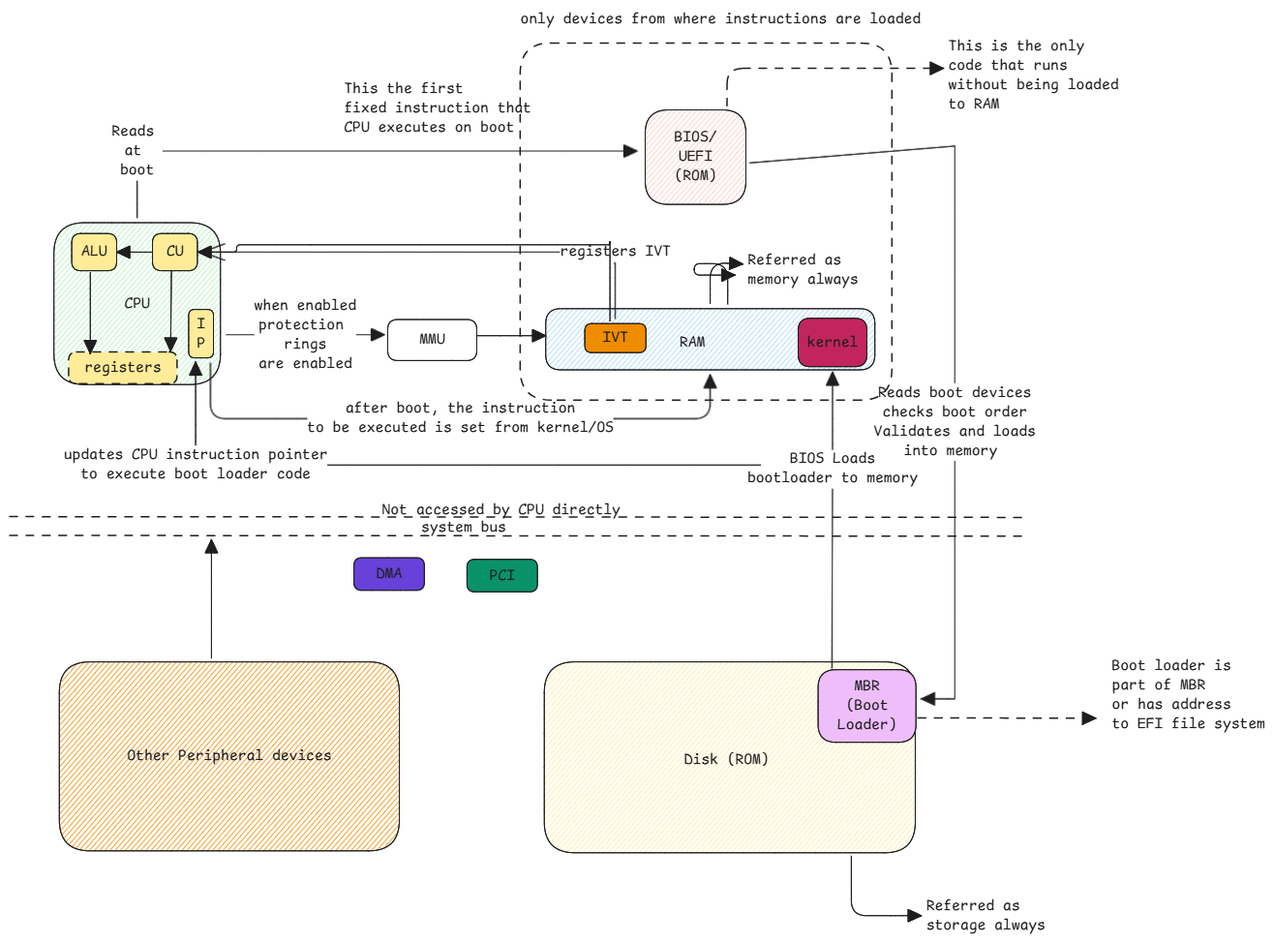
Before: static/img/cpu-bootload-process.excalidraw.png, a diagram exported from Excalidraw (swaroopar/inprogress-engineer). Source tidied: one line per element, renumbered; positions are measured from the earlier drawing's top-left corner, leaving out a move shared by most shapes.
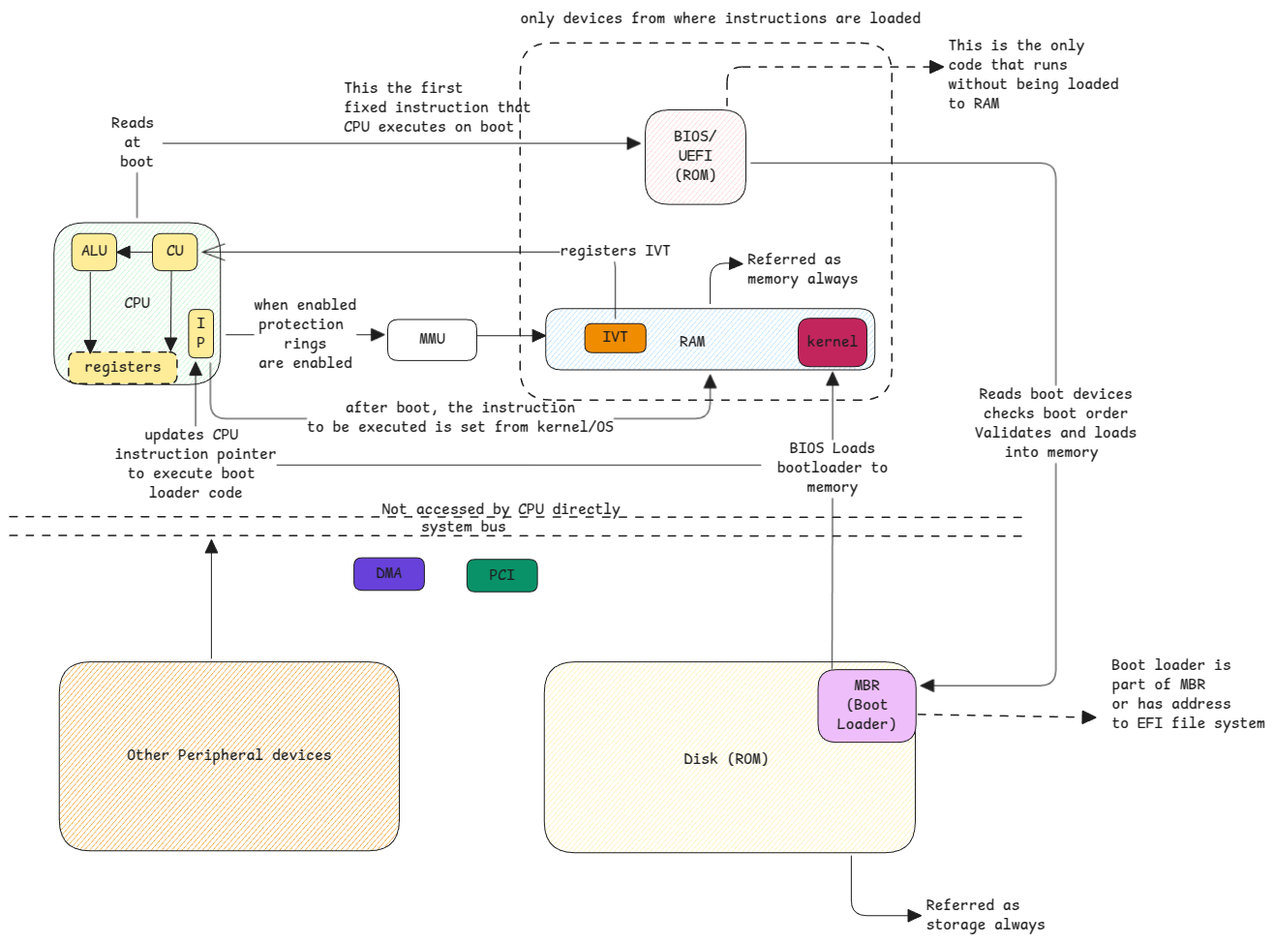
After the change.

Diff of the diagram source:
```diff
@@ -15,23 +15,23 @@
 {"id": 14, "type": "text", "text": "Referred as \nmemory always", "strokeColor": "#1e1e1e", "strokeWidth": 1, "roughness": 0, "fontSize": 16, "fontFamily": 8, "x": 762, "y": 249, "width": 114, "height": 40}
 {"id": 15, "type": "text", "text": "Referred as\nstorage always", "strokeColor": "#1e1e1e", "strokeWidth": 1, "roughness": 0, "fontSize": 16, "fontFamily": 8, "x": 947, "y": 916, "width": 123, "height": 40}
 {"id": 16, "type": "arrow", "strokeColor": "#1e1e1e", "strokeWidth": 1, "roughness": 0, "endArrowhead": "triangle", "from": 6, "to": 15, "x": 869, "y": 874, "width": 72, "height": 62, "points": [[0, 0], [0, 62], [72, 62]]}
-{"id": 17, "type": "arrow", "strokeColor": "#1e1e1e", "strokeWidth": 1, "roughness": 0, "endArrowhead": "triangle", "from": 8, "x": 849, "y": 680, "width": 1, "height": 306, "points": [[0, 0], [1, -206], [1, -306]]}
+{"id": 17, "type": "arrow", "strokeColor": "#1e1e1e", "strokeWidth": 1, "roughness": 0, "endArrowhead": "triangle", "from": 8, "x": 849, "y": 681, "width": 1, "height": 307, "points": [[0, 0], [1, -206], [1, -307]]}
-{"id": 18, "type": "text", "text": "BIOS Loads\nbootloader to memory", "strokeColor": "#1e1e1e", "strokeWidth": 2, "roughness": 1, "fontSize": 16, "fontFamily": 8, "textAlign": "center", "verticalAlign": "middle", "inside": 17, "x": 816, "y": 495, "width": 176, "height": 40}
+{"id": 18, "type": "text", "text": "BIOS Loads\nbootloader to\nmemory", "strokeColor": "#1e1e1e", "strokeWidth": 2, "roughness": 1, "fontSize": 16, "fontFamily": 8, "textAlign": "center", "verticalAlign": "middle", "inside": 17, "x": 816, "y": 495, "width": 114, "height": 60}
-{"id": 19, "type": "arrow", "strokeColor": "#1e1e1e", "strokeWidth": 1, "strokeStyle": "dashed", "roughness": 0, "endArrowhead": "triangle", "round": true, "from": 8, "to": 20, "x": 938, "y": 731, "width": 184, "height": 0, "points": [[0, 0], [184, 0]]}
+{"id": 19, "type": "arrow", "strokeColor": "#1e1e1e", "strokeWidth": 1, "strokeStyle": "dashed", "roughness": 0, "endArrowhead": "triangle", "round": true, "from": 8, "to": 20, "x": 938, "y": 728, "width": 184, "height": 3, "points": [[0, 0], [184, 3]]}
 {"id": 20, "type": "text", "text": "Boot loader is \npart of MBR\nor has address\nto EFI file system", "strokeColor": "#1e1e1e", "strokeWidth": 1, "roughness": 0, "fontSize": 16, "fontFamily": 8, "x": 1138, "y": 668, "width": 158, "height": 80}
 {"id": 21, "type": "text", "text": "This the first \nfixed instruction that\nCPU executes on boot", "strokeColor": "#1e1e1e", "strokeWidth": 1, "strokeStyle": "dashed", "roughness": 0, "fontSize": 16, "fontFamily": 8, "x": 345, "y": 72, "width": 194, "height": 60}
 {"id": 22, "type": "text", "text": "This is the only\ncode that runs \nwithout being loaded \nto RAM", "strokeColor": "#1e1e1e", "strokeWidth": 1, "roughness": 0, "fontSize": 16, "fontFamily": 8, "x": 969, "y": 28, "width": 185, "height": 80}
-{"id": 23, "type": "arrow", "strokeColor": "#1e1e1e", "strokeWidth": 1, "roughness": 0, "endArrowhead": "triangle", "from": 10, "to": 8, "x": 764, "y": 158, "width": 212, "height": 571, "points": [[0, 0], [212, -17], [212, 554], [178, 554]]}
+{"id": 23, "type": "arrow", "strokeColor": "#1e1e1e", "strokeWidth": 1, "roughness": 0, "endArrowhead": "triangle", "from": 10, "to": 8, "x": 765, "y": 158, "width": 315, "height": 540, "points": [[0, 0], [315, 0], [315, 540], [175, 540]]}
-{"id": 24, "type": "text", "text": "Reads boot devices\nchecks boot order\nValidates and loads\ninto memory ", "strokeColor": "#1e1e1e", "strokeWidth": 1, "roughness": 1, "fontSize": 16, "fontFamily": 8, "textAlign": "center", "verticalAlign": "middle", "inside": 23, "x": 893, "y": 386, "width": 167, "height": 80}
+{"id": 24, "type": "text", "text": "Reads boot devices\nchecks boot order\nValidates and loads\ninto memory ", "strokeColor": "#1e1e1e", "strokeWidth": 2, "roughness": 1, "fontSize": 16, "fontFamily": 8, "textAlign": "center", "verticalAlign": "middle", "inside": 23, "x": 997, "y": 388, "width": 167, "height": 80}
-{"id": 25, "type": "arrow", "strokeColor": "#1e1e1e", "strokeWidth": 1, "roughness": 0, "endArrowhead": "triangle", "from": 0, "to": 10, "x": 132, "y": 215, "width": 516, "height": 69, "points": [[0, 0], [0, -69], [516, -69]]}
+{"id": 25, "type": "arrow", "strokeColor": "#1e1e1e", "strokeWidth": 1, "roughness": 0, "endArrowhead": "triangle", "from": 0, "to": 10, "x": 132, "y": 215, "width": 520, "height": 77, "points": [[0, 0], [0, -77], [520, -77]]}
 {"id": 26, "type": "text", "text": "Reads \nat \nboot", "strokeColor": "#1e1e1e", "strokeWidth": 1, "roughness": 1, "fontSize": 16, "fontFamily": 8, "textAlign": "center", "verticalAlign": "middle", "inside": 25, "x": 117, "y": 108, "width": 53, "height": 60}
 {"id": 27, "type": "line", "strokeColor": "#1e1e1e", "strokeWidth": 1, "strokeStyle": "dashed", "roughness": 0, "endArrowhead": "triangle", "round": true, "x": 0, "y": 524, "width": 1050, "height": 1, "points": [[0, 0], [1050, 1]]}
 {"id": 28, "type": "text", "text": "Not accessed by CPU directly", "strokeColor": "#1e1e1e", "strokeWidth": 1, "strokeStyle": "dashed", "roughness": 0, "fontSize": 16, "fontFamily": 8, "x": 384, "y": 507, "width": 246, "height": 20}
 {"id": 29, "type": "rectangle", "strokeColor": "#1e1e1e", "strokeWidth": 1, "strokeStyle": "dashed", "roughness": 0, "round": true, "x": 527, "y": 34, "width": 384, "height": 369}
 {"id": 30, "type": "text", "text": "only devices from where instructions are loaded", "strokeColor": "#1e1e1e", "strokeWidth": 1, "strokeStyle": "dashed", "roughness": 0, "fontSize": 16, "fontFamily": 8, "x": 527, "y": 0, "width": 414, "height": 20}
-{"id": 31, "type": "arrow", "strokeColor": "#1e1e1e", "strokeWidth": 1, "strokeStyle": "dashed", "roughness": 0, "endArrowhead": "triangle", "from": 10, "to": 22, "x": 741, "y": 99, "width": 223, "height": 39, "points": [[0, 0], [0, -39], [223, -39]]}
+{"id": 31, "type": "arrow", "strokeColor": "#1e1e1e", "strokeWidth": 1, "strokeStyle": "dashed", "roughness": 0, "endArrowhead": "triangle", "from": 10, "to": 22, "x": 741, "y": 99, "width": 224, "height": 40, "points": [[0, 0], [0, -40], [224, -40]]}
 {"id": 32, "type": "arrow", "strokeColor": "#1e1e1e", "strokeWidth": 1, "roughness": 0, "endArrowhead": "triangle", "to": 34, "x": 776, "y": 470, "width": 584, "height": 106, "points": [[0, 0], [-584, 0], [-584, -106]]}
-{"id": 33, "type": "text", "text": "updates CPU instruction pointer\nto execute boot loader code", "strokeColor": "#1e1e1e", "strokeWidth": 1, "roughness": 1, "fontSize": 16, "fontFamily": 8, "textAlign": "center", "verticalAlign": "middle", "inside": 32, "x": 56, "y": 450, "width": 273, "height": 40}
+{"id": 33, "type": "text", "text": "updates CPU \ninstruction pointer\nto execute boot \nloader code", "strokeColor": "#1e1e1e", "strokeWidth": 1, "roughness": 1, "fontSize": 16, "fontFamily": 8, "textAlign": "center", "verticalAlign": "middle", "inside": 32, "x": 108, "y": 430, "width": 167, "height": 80}
 {"id": 34, "type": "rectangle", "strokeColor": "#1e1e1e", "backgroundColor": "#ffec99", "fillStyle": "solid", "strokeWidth": 1, "roughness": 0, "round": true, "x": 185, "y": 310, "width": 26, "height": 50}
 {"id": 35, "type": "text", "text": "I\nP", "strokeColor": "#1e1e1e", "strokeWidth": 1, "roughness": 1, "fontSize": 16, "fontFamily": 8, "textAlign": "center", "verticalAlign": "middle", "inside": 34, "x": 193, "y": 315, "width": 9, "height": 40}
 {"id": 36, "type": "arrow", "strokeColor": "#1e1e1e", "backgroundColor": "#ffffff", "fillStyle": "solid", "strokeWidth": 1, "roughness": 0, "endArrowhead": "triangle", "round": true, "from": 34, "to": 12, "x": 223, "y": 336, "width": 164, "height": 0, "points": [[0, 0], [164, 0]]}
```
